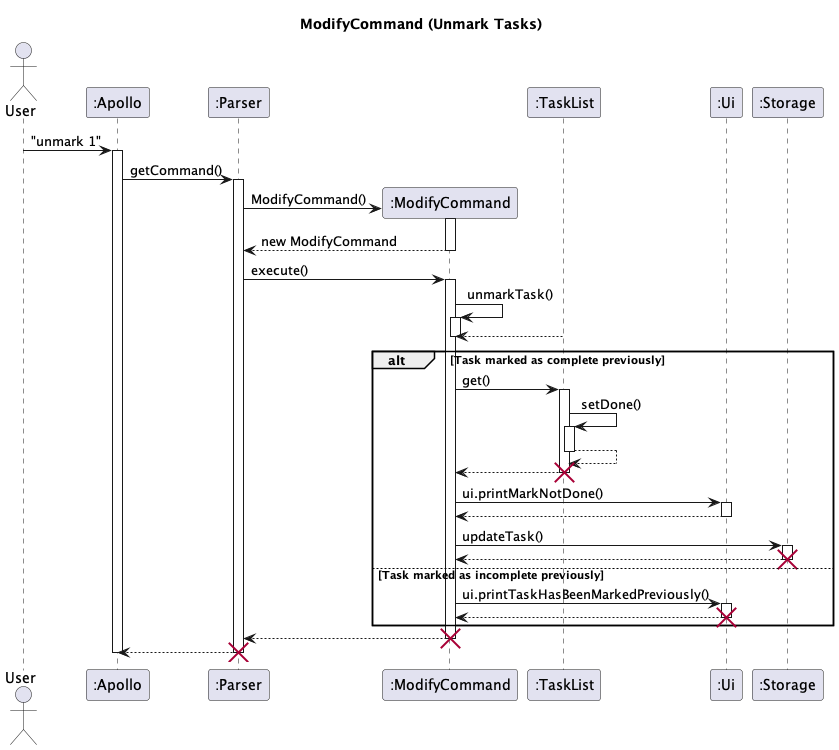
nus-cs2113-AY2223S2/tp keeps this PlantUML diagram as docs/uml-diagrams/ModifyCommand-ModifyCommand__Unmark_Tasks_.png. Above is the earlier version.
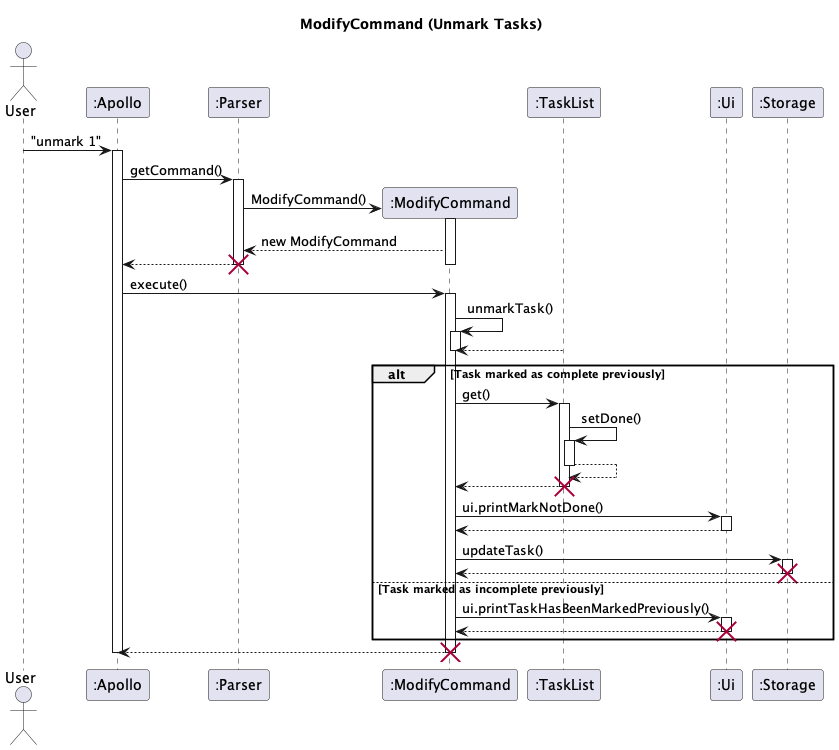
After the commit.

Commit message:
Final update to sequence diagrams

Change to the diagram source:
```diff
@@ -19,11 +19,14 @@
 Parser -> modify** : ModifyCommand()
 activate modify
 modify --> Parser: new ModifyCommand
+Parser --> Apollo
 deactivate modify
+deactivate Parser
+destroy Parser
 
 
 
-Parser -> modify : execute()
+Apollo -> modify : execute()
 
 activate modify
 modify -> modify++ : unmarkTask()
@@ -47,9 +50,6 @@
 
 
 
-
-
-
 else Task marked as incomplete previously
 
 modify -> Ui : ui.printTaskHasBeenMarkedPreviously()
@@ -58,10 +58,9 @@
 deactivate Ui
 destroy Ui
 end
-modify --> Parser
+modify --> Apollo
 destroy modify
-Parser --> Apollo
-destroy Parser
+
 
 deactivate Apollo
 
```
